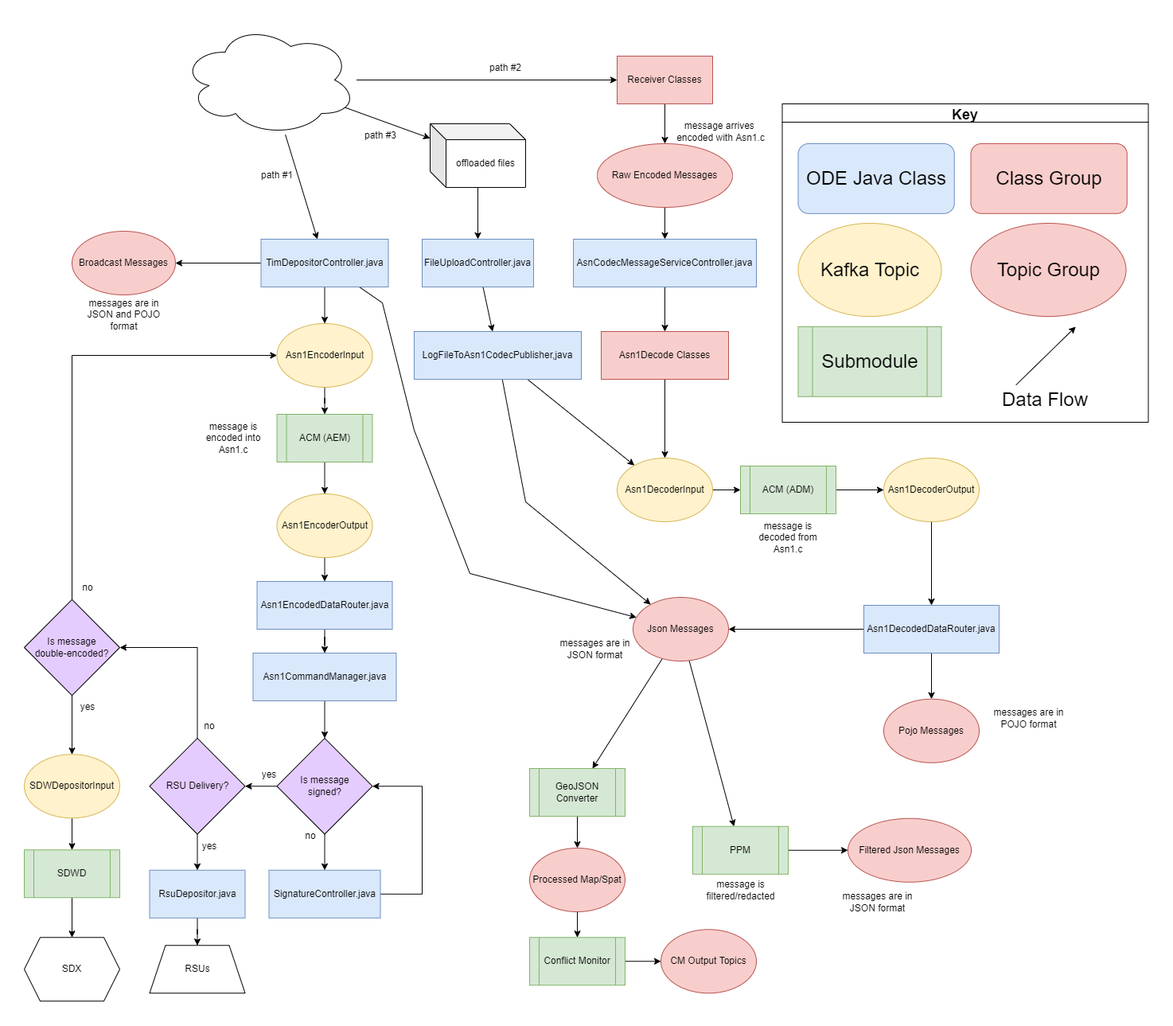
Earlier version of the draw.io export docs/data-flow-diagrams/ODE Data Flow Overview.drawio.png (usdot-jpo-ode/jpo-ode). Source tidied: cells renumbered, new cells last; positions are measured from the earlier drawing's top-left corner, leaving out a move shared by most shapes.
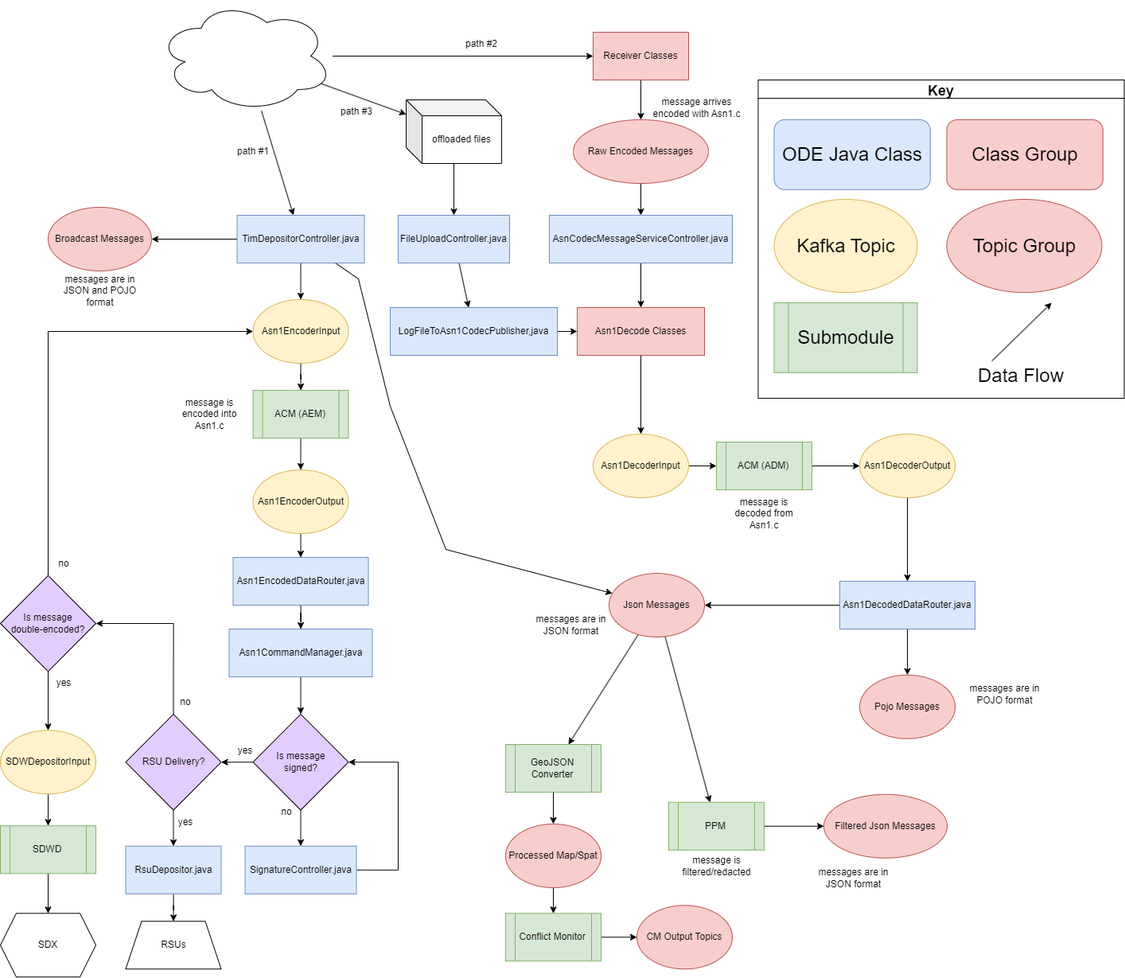
After the change.

Change to the diagram source:
```diff
@@ -304,16 +304,9 @@
     <mxCell id="97" style="ellipse;shape=cloud;whiteSpace=wrap;html=1;" parent="1" vertex="1">
       <mxGeometry x="197.5" width="220" height="140" as="geometry" />
     </mxCell>
-    <mxCell id="98" style="edgeStyle=none;rounded=0;jettySize=auto;html=1;" parent="1" edge="1" source="100" target="10">
-      <mxGeometry relative="1" as="geometry" />
-    </mxCell>
-    <mxCell id="99" style="edgeStyle=none;rounded=0;jettySize=auto;html=1;" parent="1" edge="1" source="100" target="24">
-      <mxGeometry relative="1" as="geometry">
-        <Array as="points">
-          <mxPoint x="630" y="600" />
-        </Array>
-      </mxGeometry>
-    </mxCell>
+    <mxCell id="104" style="edgeStyle=orthogonalEdgeStyle;rounded=0;jettySize=auto;html=1;exitX=1;exitY=0.5;exitDx=0;exitDy=0;entryX=0;entryY=0.5;entryDx=0;entryDy=0;" parent="1" edge="1" source="100" target="20">
+      <mxGeometry relative="1" as="geometry" />
+    </mxCell>
     <mxCell id="100" value="LogFileToAsn1CodecPublisher,java" style="rounded=0;whiteSpace=wrap;html=1;fillColor=#dae8fc;strokeColor=#6c8ebf;" parent="1" vertex="1">
       <mxGeometry x="490" y="386" width="210" height="60" as="geometry" />
     </mxCell>
```
